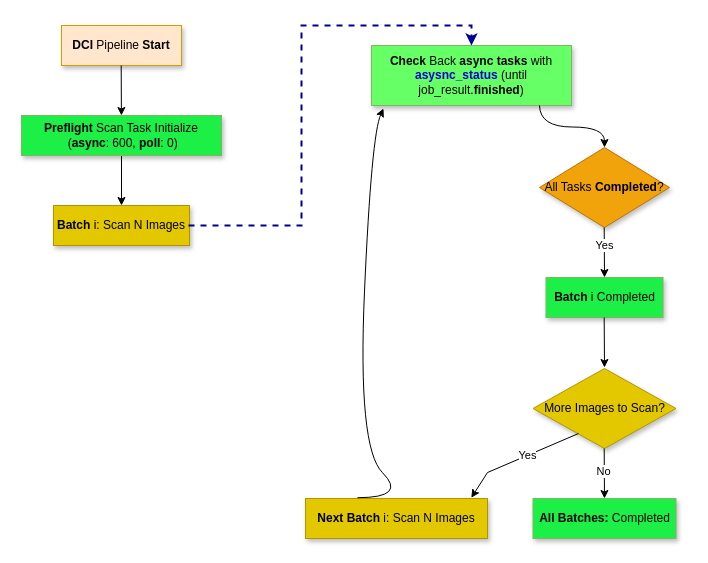
ansvu/ava-project keeps this draw.io diagram as parallel-async.drawio. Above is the earlier version. Source tidied: cells renumbered, new cells numbered last; positions are measured from the earlier drawing's top-left corner, leaving out a move shared by most shapes. Both pictures are drawn from the tidied source at 100%, with x=0, y=0 at pixel (21, 25).
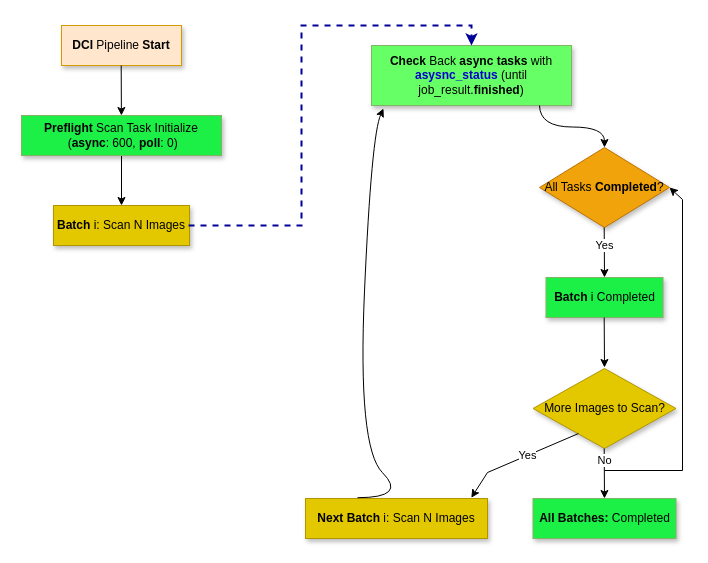
The same page after the edit.

Unchanged cells that the change refers to:
```xml
<mxCell id="9" value="All Tasks &lt;b&gt;Completed&lt;/b&gt;?" style="rhombus;whiteSpace=wrap;html=1;fillColor=#f0a30a;fontColor=#000000;strokeColor=#BD7000;shadow=1;" parent="1" vertex="1">
  <mxGeometry x="518" y="122" width="130" height="80" as="geometry" />
</mxCell>
<mxCell id="17" style="endArrow=classic;html=1;rounded=0;" parent="1" edge="1">
  <mxGeometry relative="1" as="geometry">
    <mxPoint x="582.7" y="423" as="sourcePoint" />
    <mxPoint x="583" y="473" as="targetPoint" />
  </mxGeometry>
</mxCell>
```

Diff of the diagram source:
```diff
@@
     <mxCell id="18" value="No" style="edgeLabel;html=1;align=center;verticalAlign=middle;" parent="17" vertex="1">
-      <mxGeometry x="-0.13" y="-1" relative="1" as="geometry" />
+      <mxGeometry x="-0.13" y="-1" relative="1" as="geometry">
+        <mxPoint x="1" y="-11" as="offset" />
+      </mxGeometry>
     </mxCell>
@@
+    <mxCell id="23" style="endArrow=classic;html=1;rounded=0;entryX=1;entryY=0.5;entryDx=0;entryDy=0;" parent="1" edge="1" target="9">
+      <mxGeometry relative="1" as="geometry">
+        <mxPoint x="583" y="445" as="sourcePoint" />
+        <Array as="points">
+          <mxPoint x="661" y="445" />
+          <mxPoint x="661" y="174" />
+        </Array>
+      </mxGeometry>
+    </mxCell>
```
